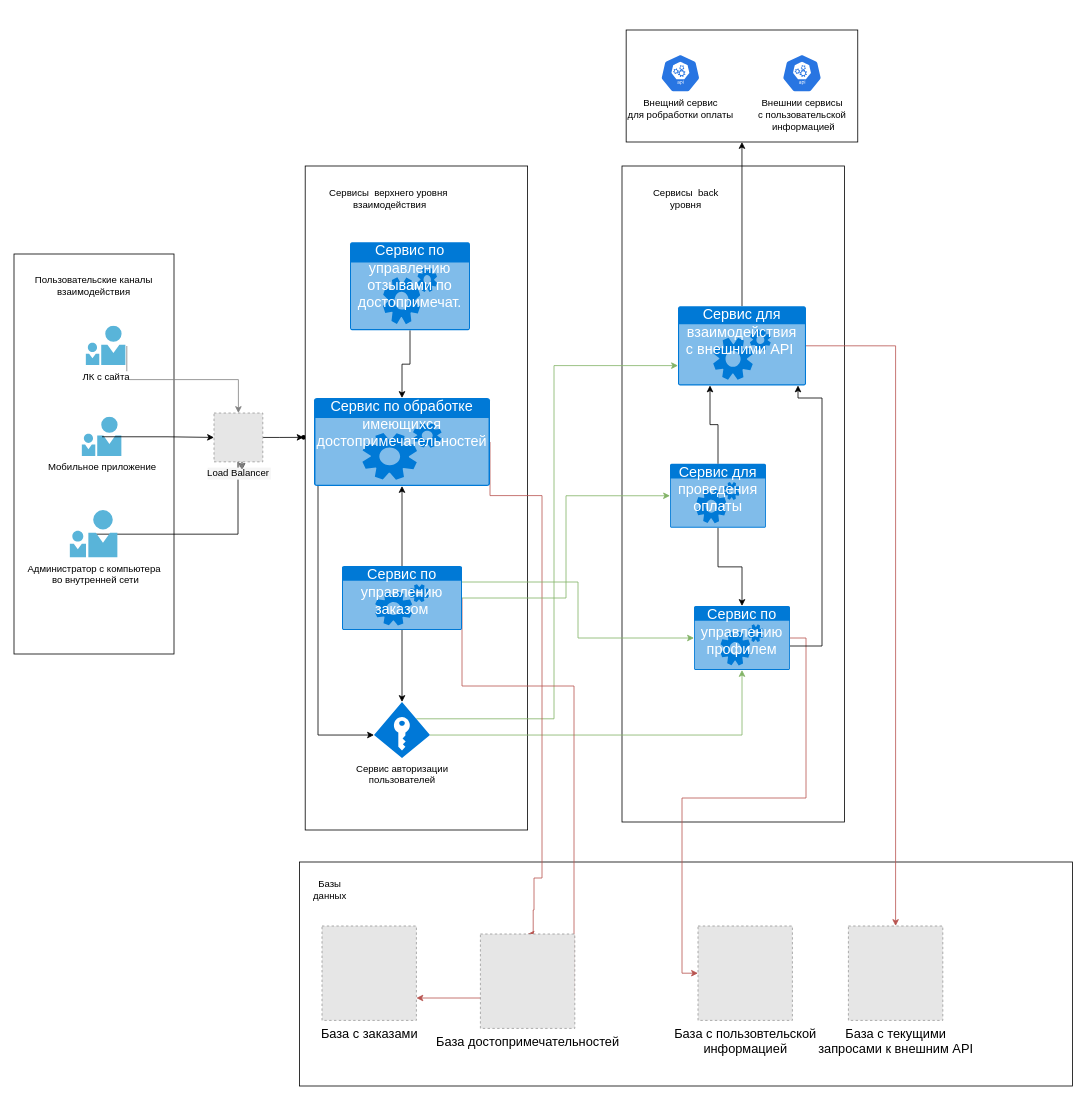
The draw.io diagram Graphics/Диаграмма без названия.drawio in CharmJackal/Architect, before the edit. Source tidied: cells renumbered, new cells numbered last; positions are measured from the earlier drawing's top-left corner, leaving out a move shared by most shapes. Both pictures are drawn from the tidied source at 80%, with x=0, y=0 at pixel (14, 30). Pictures stored in the file or linked from it are replaced by grey dashed boxes.
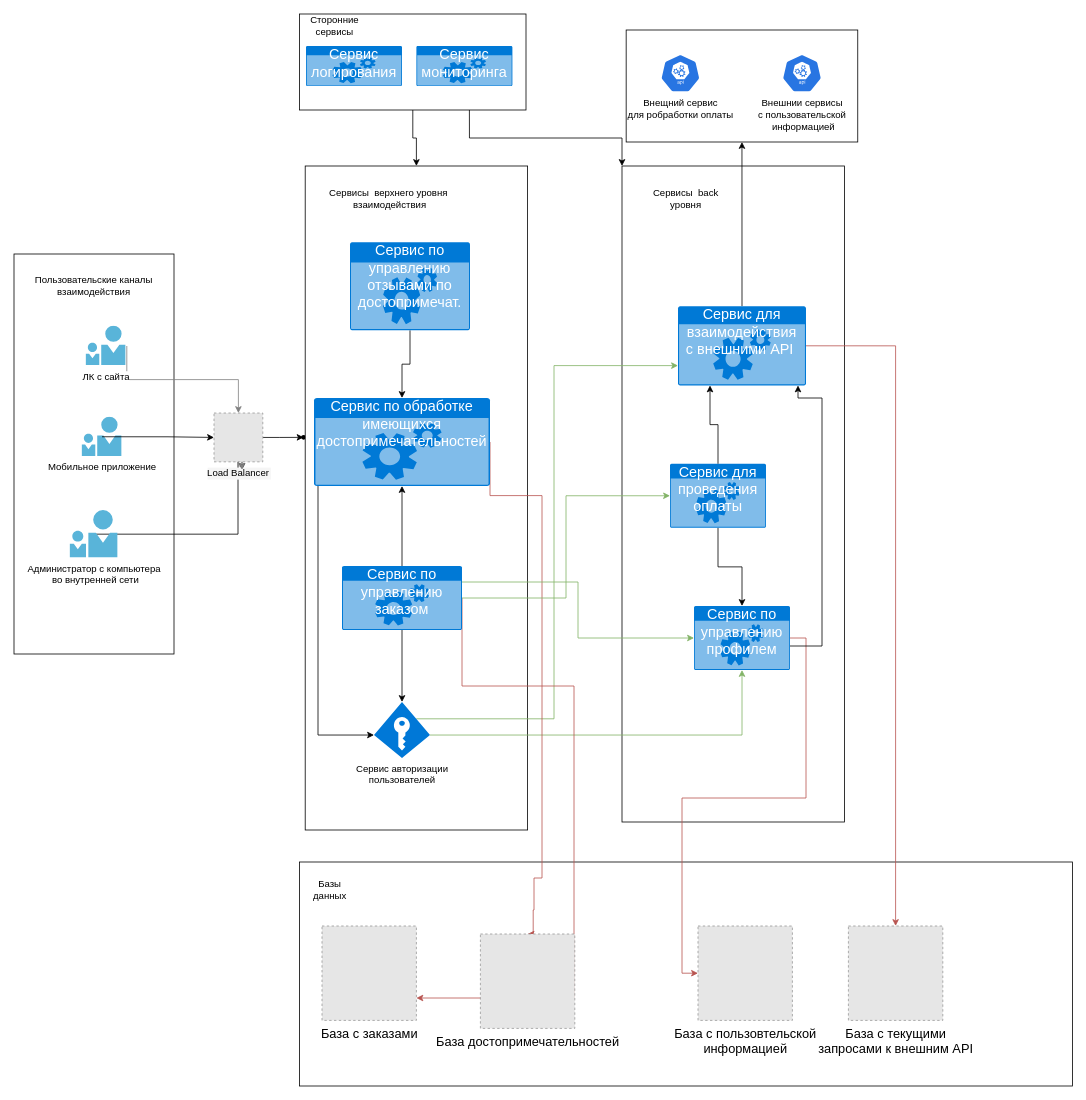
The same page after the edit.

Unchanged cells that the change refers to:
```xml
<mxCell id="5" style="rounded=0;whiteSpace=wrap;html=1;" parent="1" vertex="1">
  <mxGeometry x="760" y="170" width="278" height="820" as="geometry" />
</mxCell>
<mxCell id="16" style="rounded=0;whiteSpace=wrap;html=1;" parent="1" vertex="1">
  <mxGeometry x="364" y="170" width="278" height="830" as="geometry" />
</mxCell>
```

What changed in the source:
```diff
@@
+    <mxCell id="50" style="edgeStyle=orthogonalEdgeStyle;rounded=0;jettySize=auto;html=1;exitX=0.5;exitY=1;exitDx=0;exitDy=0;entryX=0.5;entryY=0;entryDx=0;entryDy=0;" parent="1" edge="1" source="52" target="16">
+      <mxGeometry relative="1" as="geometry" />
+    </mxCell>
+    <mxCell id="51" style="edgeStyle=orthogonalEdgeStyle;rounded=0;jettySize=auto;html=1;exitX=0.75;exitY=1;exitDx=0;exitDy=0;entryX=0;entryY=0;entryDx=0;entryDy=0;" parent="1" edge="1" source="52" target="5">
+      <mxGeometry relative="1" as="geometry" />
+    </mxCell>
+    <mxCell id="52" style="rounded=0;whiteSpace=wrap;html=1;" parent="1" vertex="1">
+      <mxGeometry x="357" y="-20" width="283" height="120" as="geometry" />
+    </mxCell>
@@
+    <mxCell id="53" value="Сторонние сервисы" style="text;html=1;strokeColor=none;fillColor=none;align=center;verticalAlign=middle;whiteSpace=wrap;rounded=0;" parent="1" vertex="1">
+      <mxGeometry x="357" y="-20" width="88" height="30" as="geometry" />
+    </mxCell>
+    <mxCell id="54" value="&lt;span style=&quot;font-size: 18px;&quot;&gt;Сервис логирования&lt;/span&gt;" style="html=1;whiteSpace=wrap;strokeColor=none;fillColor=#0079D6;labelPosition=center;verticalLabelPosition=middle;verticalAlign=top;align=center;fontSize=12;spacingTop=-6;fontColor=#FFFFFF;sketch=0;shape=mxgraph.sitemap.services;" parent="1" vertex="1">
+      <mxGeometry x="365" y="20" width="120" height="50" as="geometry" />
+    </mxCell>
+    <mxCell id="55" value="&lt;span style=&quot;font-size: 18px;&quot;&gt;Сервис мониторинга&lt;/span&gt;" style="html=1;whiteSpace=wrap;strokeColor=none;fillColor=#0079D6;labelPosition=center;verticalLabelPosition=middle;verticalAlign=top;align=center;fontSize=12;spacingTop=-6;fontColor=#FFFFFF;sketch=0;shape=mxgraph.sitemap.services;" parent="1" vertex="1">
+      <mxGeometry x="503" y="20" width="120" height="50" as="geometry" />
+    </mxCell>
```
